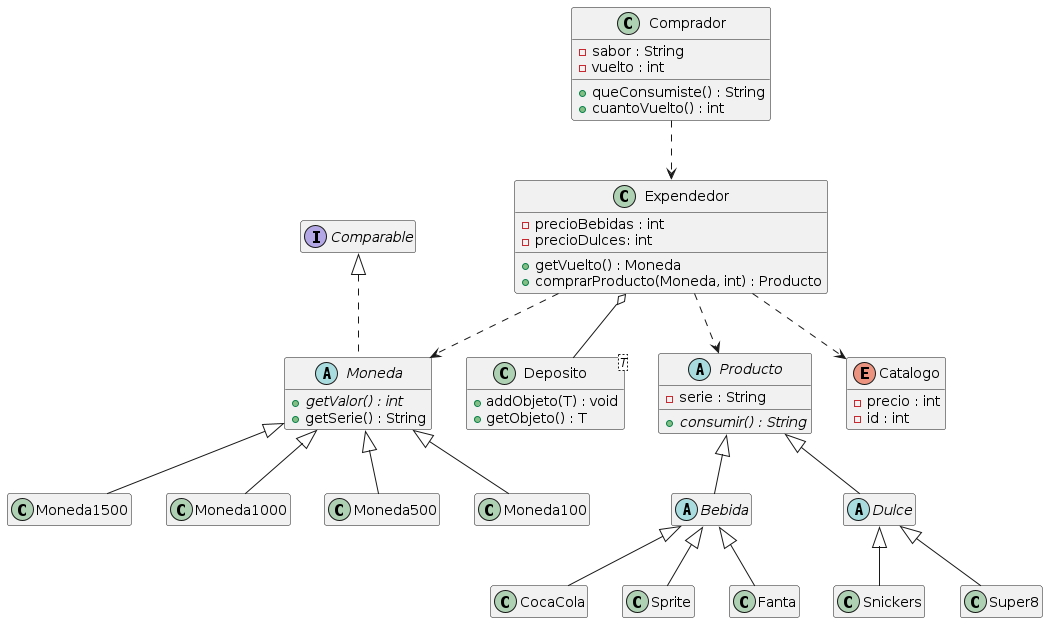
Before: UML_Imagen.png, a diagram exported from PlantUML (molivas2022/Tarea3).
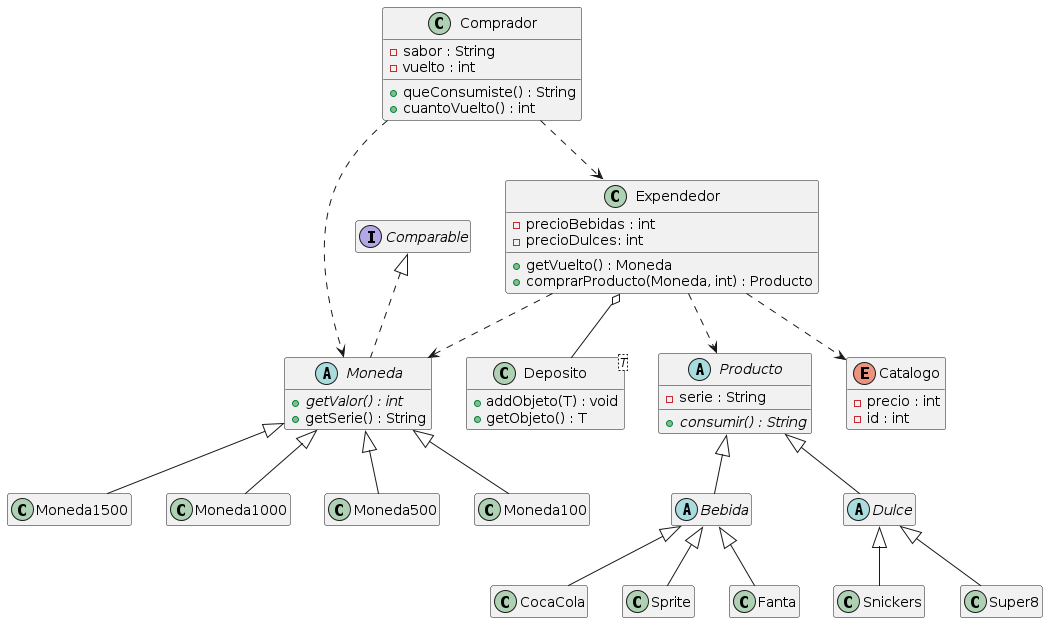
Above is the later version.

Commit message:
Fix: Añadida dependencia Comprador Moneda en UML.

The edit, as a diff of the source:
```diff
@@ -48,6 +48,7 @@
 class Super8
 
 Comprador ..> Expendedor
+Comprador ..> Moneda
 Expendedor ..> Producto
 Expendedor ..> Moneda
 Expendedor ..> Catalogo
```
